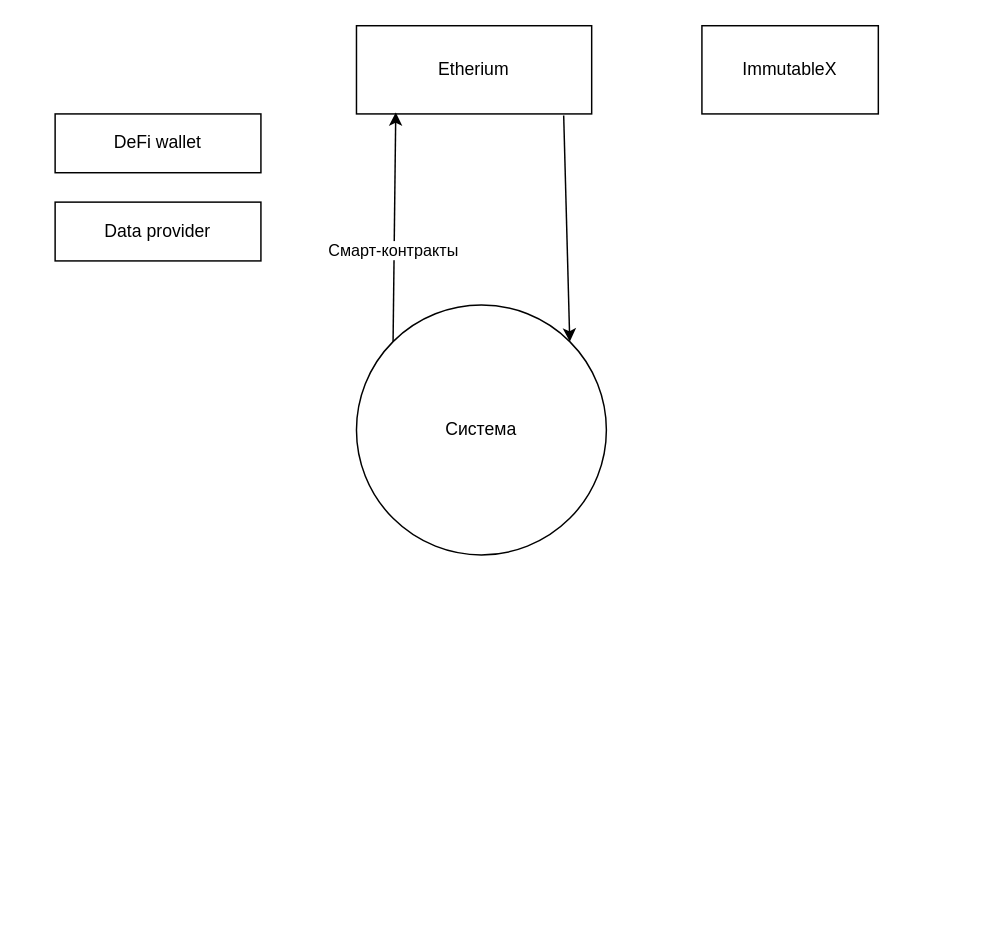
The draw.io diagram CE/Контекстная.drawio in careock/diagrams, before the edit. Source tidied: cells renumbered, new cells numbered last; positions are measured from the earlier drawing's top-left corner, leaving out a move shared by most shapes. Both pictures are drawn from the tidied source at 147%, with x=0, y=0 at pixel (54, 25).
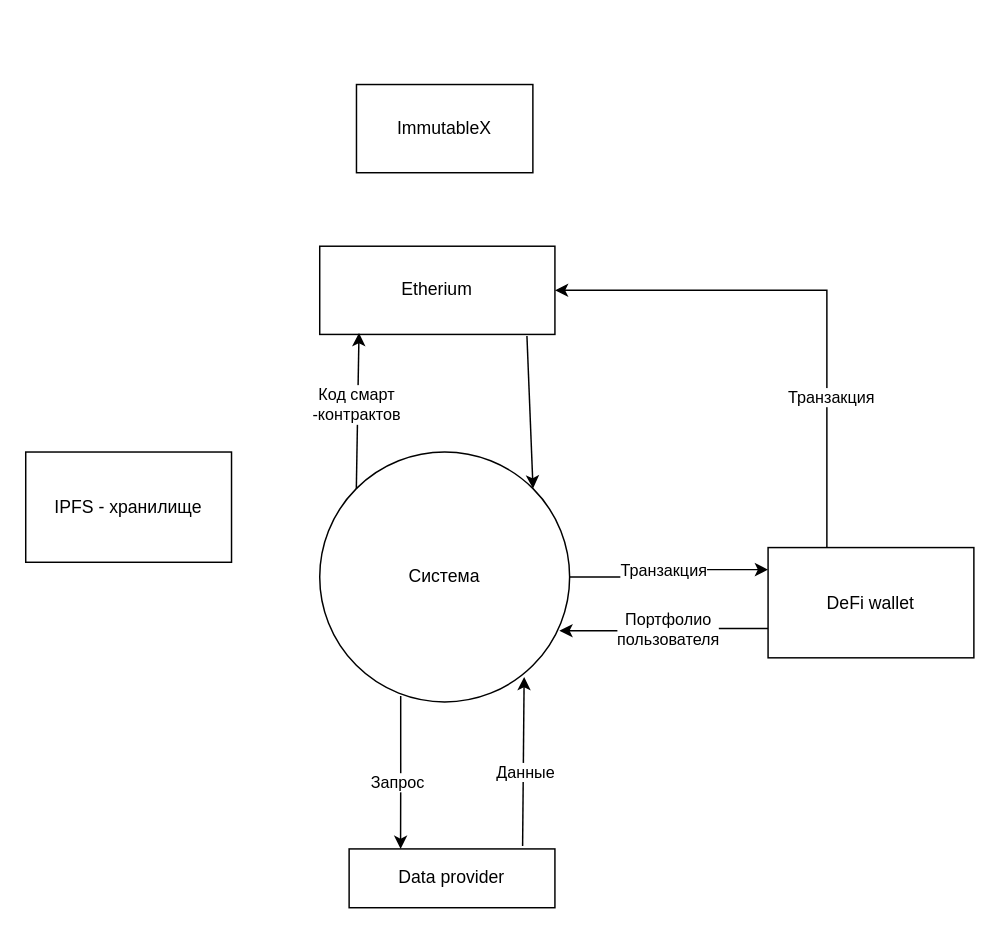
Above is the later version.

Unchanged cells that the change refers to:
```xml
<mxCell id="7" style="endArrow=classic;html=1;rounded=0;entryX=0.167;entryY=0.983;entryDx=0;entryDy=0;entryPerimeter=0;exitX=0;exitY=0;exitDx=0;exitDy=0;" parent="1" edge="1" source="2" target="3">
  <mxGeometry relative="1" as="geometry" />
</mxCell>
```

Diff of the diagram source:
```diff
@@
+    <mxCell id="10" style="edgeStyle=orthogonalEdgeStyle;rounded=0;jettySize=auto;html=1;entryX=0.25;entryY=0;entryDx=0;entryDy=0;startArrow=none;startFill=0;endArrow=classic;endFill=1;exitX=0.324;exitY=0.976;exitDx=0;exitDy=0;exitPerimeter=0;" parent="1" edge="1" source="2" target="6">
+      <mxGeometry relative="1" as="geometry" />
+    </mxCell>
+    <mxCell id="11" value="Запрос" style="edgeLabel;html=1;align=center;verticalAlign=middle;" parent="10" vertex="1">
+      <mxGeometry x="0.14" y="-3" relative="1" as="geometry" />
+    </mxCell>
+    <mxCell id="12" style="edgeStyle=orthogonalEdgeStyle;rounded=0;jettySize=auto;html=1;startArrow=none;startFill=0;endArrow=classic;endFill=1;" parent="1" edge="1" source="2" target="5">
+      <mxGeometry relative="1" as="geometry">
+        <Array as="points">
+          <mxPoint x="418" y="375" />
+          <mxPoint x="418" y="370" />
+        </Array>
+      </mxGeometry>
+    </mxCell>
+    <mxCell id="13" value="Транзакция" style="edgeLabel;html=1;align=center;verticalAlign=middle;" parent="12" vertex="1">
+      <mxGeometry x="0.11" y="2" relative="1" as="geometry">
+        <mxPoint x="-10" y="2" as="offset" />
+      </mxGeometry>
+    </mxCell>
     <mxCell id="2" value="Система" style="ellipse;whiteSpace=wrap;html=1;" parent="1" vertex="1">
-      <mxGeometry x="205" y="190" width="170" height="170" as="geometry" />
+      <mxGeometry x="180" y="290" width="170" height="170" as="geometry" />
     </mxCell>
     <mxCell id="3" value="Etherium" style="rounded=0;whiteSpace=wrap;html=1;" parent="1" vertex="1">
-      <mxGeometry x="205" width="160" height="60" as="geometry" />
+      <mxGeometry x="180" y="150" width="160" height="60" as="geometry" />
     </mxCell>
     <mxCell id="4" value="ImmutableX" style="rounded=0;whiteSpace=wrap;html=1;" parent="1" vertex="1">
-      <mxGeometry x="440" width="120" height="60" as="geometry" />
+      <mxGeometry x="205" y="40" width="120" height="60" as="geometry" />
     </mxCell>
+    <mxCell id="14" style="edgeStyle=orthogonalEdgeStyle;rounded=0;jettySize=auto;html=1;startArrow=none;startFill=0;endArrow=classic;endFill=1;" parent="1" edge="1" source="5" target="3">
+      <mxGeometry relative="1" as="geometry">
+        <Array as="points">
+          <mxPoint x="525" y="180" />
+        </Array>
+      </mxGeometry>
+    </mxCell>
+    <mxCell id="15" value="Транзакция" style="edgeLabel;html=1;align=center;verticalAlign=middle;" parent="14" vertex="1">
+      <mxGeometry x="-0.42" y="-2" relative="1" as="geometry">
+        <mxPoint y="1" as="offset" />
+      </mxGeometry>
+    </mxCell>
+    <mxCell id="16" style="edgeStyle=orthogonalEdgeStyle;rounded=0;jettySize=auto;html=1;entryX=0.959;entryY=0.715;entryDx=0;entryDy=0;entryPerimeter=0;startArrow=none;startFill=0;endArrow=classic;endFill=1;" parent="1" edge="1" source="5" target="2">
+      <mxGeometry relative="1" as="geometry">
+        <Array as="points">
+          <mxPoint x="418" y="410" />
+          <mxPoint x="418" y="412" />
+        </Array>
+      </mxGeometry>
+    </mxCell>
+    <mxCell id="17" value="Портфолио &lt;br&gt;пользователя" style="edgeLabel;html=1;align=center;verticalAlign=middle;" parent="16" vertex="1">
+      <mxGeometry x="-0.02" y="-1" relative="1" as="geometry" />
+    </mxCell>
     <mxCell id="5" value="DeFi wallet" style="rounded=0;whiteSpace=wrap;html=1;" parent="1" vertex="1">
-      <mxGeometry y="60" width="140" height="40" as="geometry" />
+      <mxGeometry x="485" y="355" width="140" height="75" as="geometry" />
     </mxCell>
     <mxCell id="6" value="Data provider" style="rounded=0;whiteSpace=wrap;html=1;" parent="1" vertex="1">
-      <mxGeometry y="120" width="140" height="40" as="geometry" />
+      <mxGeometry x="200" y="560" width="140" height="40" as="geometry" />
     </mxCell>
@@
-    <mxCell id="8" value="Смарт-контракты" style="edgeLabel;html=1;align=center;verticalAlign=middle;" parent="7" vertex="1">
-      <mxGeometry x="-0.2" y="1" relative="1" as="geometry" />
+    <mxCell id="8" value="Код смарт&lt;br&gt;-контрактов" style="edgeLabel;html=1;align=center;verticalAlign=middle;" parent="7" vertex="1">
+      <mxGeometry x="-0.2" y="1" relative="1" as="geometry">
+        <mxPoint y="-15" as="offset" />
+      </mxGeometry>
     </mxCell>
@@
+    <mxCell id="18" style="endArrow=none;html=1;rounded=0;exitX=0.818;exitY=0.9;exitDx=0;exitDy=0;exitPerimeter=0;startArrow=classic;startFill=1;endFill=0;entryX=0.843;entryY=-0.05;entryDx=0;entryDy=0;entryPerimeter=0;" parent="1" edge="1" source="2" target="6">
+      <mxGeometry relative="1" as="geometry" />
+    </mxCell>
+    <mxCell id="19" value="Данные" style="edgeLabel;html=1;align=center;verticalAlign=middle;" parent="18" vertex="1">
+      <mxGeometry x="0.11" y="1" relative="1" as="geometry" />
+    </mxCell>
+    <mxCell id="20" value="IPFS - хранилище" style="rounded=0;whiteSpace=wrap;html=1;" parent="1" vertex="1">
+      <mxGeometry x="-20" y="290" width="140" height="75" as="geometry" />
+    </mxCell>
```
